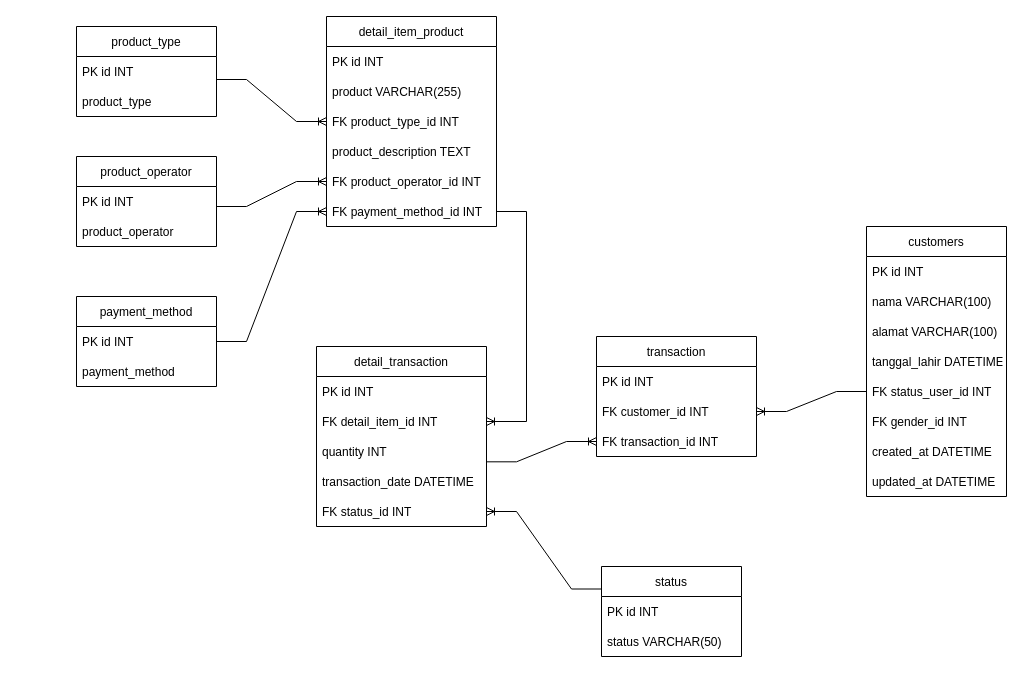
Yoga3911/digital_outlet_pulsa keeps this draw.io diagram as problem_1/Untitled Diagram.drawio. Above is the earlier version. Source tidied: cells renumbered, new cells numbered last; positions are measured from the earlier drawing's top-left corner, leaving out a move shared by most shapes. Both pictures are drawn from the tidied source at 100%, with x=0, y=0 at pixel (76, 16).
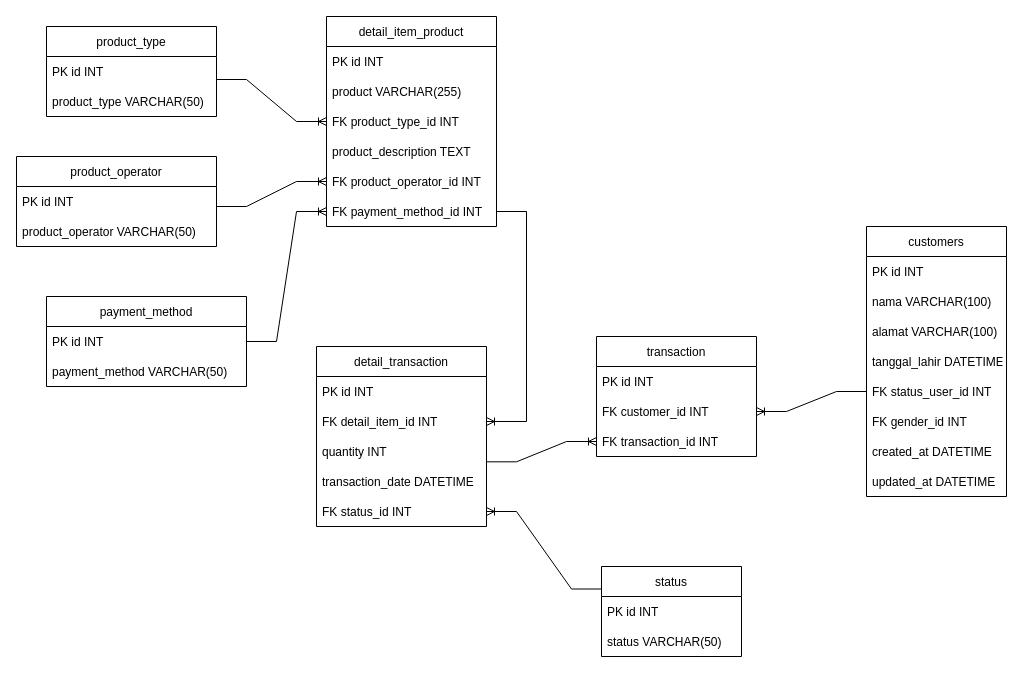
Above is the later version.

The edit, as a diff of the source:
```diff
@@
     <mxCell id="28" value="product_type" style="swimlane;fontStyle=0;horizontal=1;startSize=30;" parent="1" vertex="1">
-      <mxGeometry y="10" width="140" height="90" as="geometry" />
+      <mxGeometry x="-30" y="10" width="170" height="90" as="geometry" />
     </mxCell>
     <mxCell id="29" value="PK id INT" style="text;strokeColor=none;fillColor=none;align=left;verticalAlign=middle;spacingLeft=4;spacingRight=4;overflow=hidden;" parent="28" vertex="1">
-      <mxGeometry y="30" width="140" height="30" as="geometry" />
+      <mxGeometry y="30" width="170" height="30" as="geometry" />
     </mxCell>
-    <mxCell id="30" value="product_type" style="text;strokeColor=none;fillColor=none;align=left;verticalAlign=middle;spacingLeft=4;spacingRight=4;overflow=hidden;" parent="28" vertex="1">
-      <mxGeometry y="60" width="140" height="30" as="geometry" />
+    <mxCell id="30" value="product_type VARCHAR(50)" style="text;strokeColor=none;fillColor=none;align=left;verticalAlign=middle;spacingLeft=4;spacingRight=4;overflow=hidden;" parent="28" vertex="1">
+      <mxGeometry y="60" width="170" height="30" as="geometry" />
     </mxCell>
     <mxCell id="31" value="product_operator" style="swimlane;fontStyle=0;horizontal=1;startSize=30;" parent="1" vertex="1">
-      <mxGeometry y="140" width="140" height="90" as="geometry" />
+      <mxGeometry x="-60" y="140" width="200" height="90" as="geometry" />
     </mxCell>
     <mxCell id="32" value="PK id INT" style="text;strokeColor=none;fillColor=none;align=left;verticalAlign=middle;spacingLeft=4;spacingRight=4;overflow=hidden;" parent="31" vertex="1">
-      <mxGeometry y="30" width="140" height="30" as="geometry" />
+      <mxGeometry y="30" width="200" height="30" as="geometry" />
     </mxCell>
-    <mxCell id="33" value="product_operator" style="text;strokeColor=none;fillColor=none;align=left;verticalAlign=middle;spacingLeft=4;spacingRight=4;overflow=hidden;" parent="31" vertex="1">
-      <mxGeometry y="60" width="140" height="30" as="geometry" />
+    <mxCell id="33" value="product_operator VARCHAR(50)" style="text;strokeColor=none;fillColor=none;align=left;verticalAlign=middle;spacingLeft=4;spacingRight=4;overflow=hidden;" parent="31" vertex="1">
+      <mxGeometry y="60" width="200" height="30" as="geometry" />
     </mxCell>
     <mxCell id="34" value="payment_method" style="swimlane;fontStyle=0;horizontal=1;startSize=30;" parent="1" vertex="1">
-      <mxGeometry y="280" width="140" height="90" as="geometry" />
+      <mxGeometry x="-30" y="280" width="200" height="90" as="geometry" />
     </mxCell>
     <mxCell id="35" value="PK id INT" style="text;strokeColor=none;fillColor=none;align=left;verticalAlign=middle;spacingLeft=4;spacingRight=4;overflow=hidden;points=[[0,0.5],[1,0.5]];portConstraint=eastwest;" parent="34" vertex="1">
-      <mxGeometry y="30" width="140" height="30" as="geometry" />
+      <mxGeometry y="30" width="200" height="30" as="geometry" />
     </mxCell>
-    <mxCell id="36" value="payment_method" style="text;strokeColor=none;fillColor=none;align=left;verticalAlign=middle;spacingLeft=4;spacingRight=4;overflow=hidden;" parent="34" vertex="1">
-      <mxGeometry y="60" width="140" height="30" as="geometry" />
+    <mxCell id="36" value="payment_method VARCHAR(50)" style="text;strokeColor=none;fillColor=none;align=left;verticalAlign=middle;spacingLeft=4;spacingRight=4;overflow=hidden;" parent="34" vertex="1">
+      <mxGeometry y="60" width="200" height="30" as="geometry" />
     </mxCell>
```
